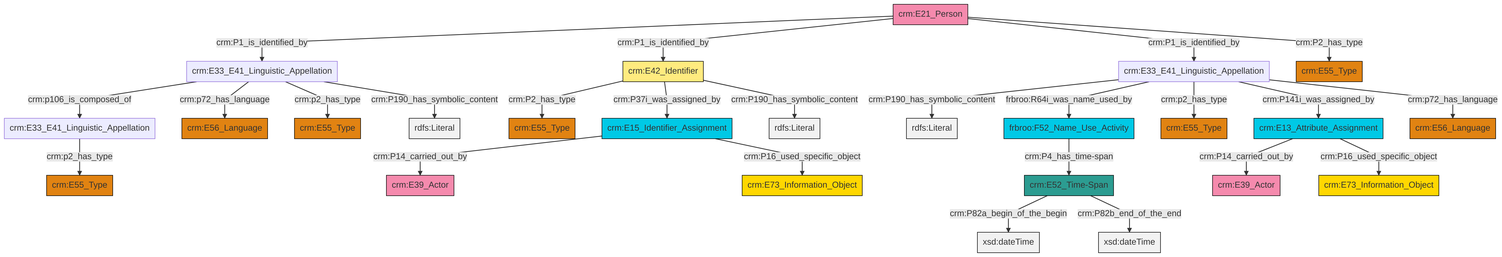
Above: et/personCSV/ttl/mmd/png/Person_Names_and_Classification.png in swiss-art-research-net/reference-data-models (Mermaid), before the change. Its source is kept beside it as et/personCSV/ttl/mmd/Person_Names_and_Classification.ttl.mmd.
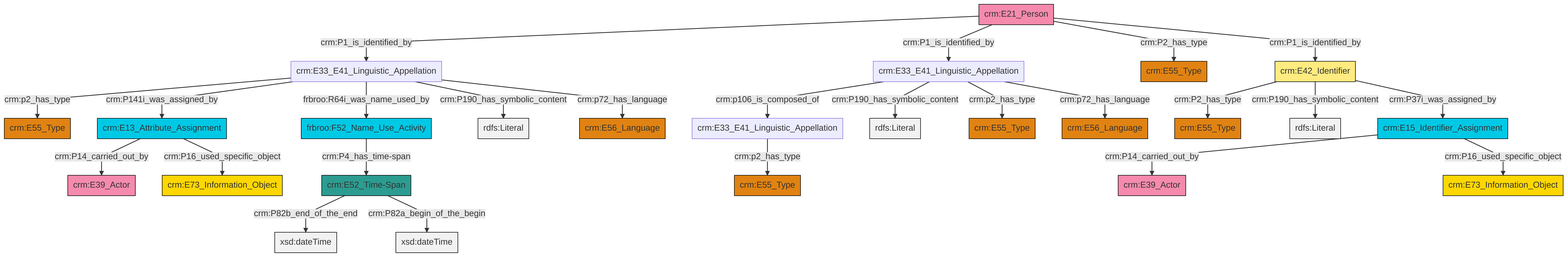
Above is the later version.

Change to the diagram source:
```diff
@@ -13,27 +13,27 @@
 classDef PC_Classes fill:#4ce600, stroke:#000000;
 classDef Multi fill:#cccccc,stroke:#000000;
 
-0["crm:E33_E41_Linguistic_Appellation"]:::Default -->|crm:p106_is_composed_of| 1["crm:E33_E41_Linguistic_Appellation"]:::Default
-0["crm:E33_E41_Linguistic_Appellation"]:::Default -->|crm:p72_has_language| 2["crm:E56_Language"]:::Type
-3["crm:E33_E41_Linguistic_Appellation"]:::Default -->|crm:P190_has_symbolic_content| 4[rdfs:Literal]:::Literal
-3["crm:E33_E41_Linguistic_Appellation"]:::Default -->|frbroo:R64i_was_name_used_by| 7["frbroo:F52_Name_Use_Activity"]:::Temporal_Entity
-8["crm:E15_Identifier_Assignment"]:::Temporal_Entity -->|crm:P14_carried_out_by| 5["crm:E39_Actor"]:::Actor
-11["crm:E42_Identifier"]:::Appellation -->|crm:P2_has_type| 12["crm:E55_Type"]:::Type
-7["frbroo:F52_Name_Use_Activity"]:::Temporal_Entity -->|crm:P4_has_time-span| 13["crm:E52_Time-Span"]:::Time-Span
-13["crm:E52_Time-Span"]:::Time-Span -->|crm:P82a_begin_of_the_begin| 16[xsd:dateTime]:::Literal
-3["crm:E33_E41_Linguistic_Appellation"]:::Default -->|crm:p2_has_type| 17["crm:E55_Type"]:::Type
-19["crm:E21_Person"]:::Actor -->|crm:P1_is_identified_by| 0["crm:E33_E41_Linguistic_Appellation"]:::Default
-0["crm:E33_E41_Linguistic_Appellation"]:::Default -->|crm:p2_has_type| 24["crm:E55_Type"]:::Type
-11["crm:E42_Identifier"]:::Appellation -->|crm:P37i_was_assigned_by| 8["crm:E15_Identifier_Assignment"]:::Temporal_Entity
-19["crm:E21_Person"]:::Actor -->|crm:P1_is_identified_by| 11["crm:E42_Identifier"]:::Appellation
-21["crm:E13_Attribute_Assignment"]:::Temporal_Entity -->|crm:P14_carried_out_by| 34["crm:E39_Actor"]:::Actor
-1["crm:E33_E41_Linguistic_Appellation"]:::Default -->|crm:p2_has_type| 27["crm:E55_Type"]:::Type
-21["crm:E13_Attribute_Assignment"]:::Temporal_Entity -->|crm:P16_used_specific_object| 29["crm:E73_Information_Object"]:::Conceptual_Object
-0["crm:E33_E41_Linguistic_Appellation"]:::Default -->|crm:P190_has_symbolic_content| 38[rdfs:Literal]:::Literal
-13["crm:E52_Time-Span"]:::Time-Span -->|crm:P82b_end_of_the_end| 39[xsd:dateTime]:::Literal
-8["crm:E15_Identifier_Assignment"]:::Temporal_Entity -->|crm:P16_used_specific_object| 36["crm:E73_Information_Object"]:::Conceptual_Object
-3["crm:E33_E41_Linguistic_Appellation"]:::Default -->|crm:P141i_was_assigned_by| 21["crm:E13_Attribute_Assignment"]:::Temporal_Entity
-19["crm:E21_Person"]:::Actor -->|crm:P1_is_identified_by| 3["crm:E33_E41_Linguistic_Appellation"]:::Default
-11["crm:E42_Identifier"]:::Appellation -->|crm:P190_has_symbolic_content| 44[rdfs:Literal]:::Literal
-3["crm:E33_E41_Linguistic_Appellation"]:::Default -->|crm:p72_has_language| 31["crm:E56_Language"]:::Type
-19["crm:E21_Person"]:::Actor -->|crm:P2_has_type| 40["crm:E55_Type"]:::Type
+8["crm:E13_Attribute_Assignment"]:::Temporal_Entity -->|crm:P14_carried_out_by| 9["crm:E39_Actor"]:::Actor
+8["crm:E13_Attribute_Assignment"]:::Temporal_Entity -->|crm:P16_used_specific_object| 10["crm:E73_Information_Object"]:::Conceptual_Object
+11["crm:E33_E41_Linguistic_Appellation"]:::Default -->|crm:p2_has_type| 12["crm:E55_Type"]:::Type
+13["crm:E52_Time-Span"]:::Time-Span -->|crm:P82b_end_of_the_end| 14[xsd:dateTime]:::Literal
+15["crm:E42_Identifier"]:::Appellation -->|crm:P2_has_type| 6["crm:E55_Type"]:::Type
+16["crm:E15_Identifier_Assignment"]:::Temporal_Entity -->|crm:P14_carried_out_by| 17["crm:E39_Actor"]:::Actor
+4["crm:E33_E41_Linguistic_Appellation"]:::Default -->|crm:p106_is_composed_of| 19["crm:E33_E41_Linguistic_Appellation"]:::Default
+13["crm:E52_Time-Span"]:::Time-Span -->|crm:P82a_begin_of_the_begin| 26[xsd:dateTime]:::Literal
+34["crm:E21_Person"]:::Actor -->|crm:P1_is_identified_by| 11["crm:E33_E41_Linguistic_Appellation"]:::Default
+23["frbroo:F52_Name_Use_Activity"]:::Temporal_Entity -->|crm:P4_has_time-span| 13["crm:E52_Time-Span"]:::Time-Span
+34["crm:E21_Person"]:::Actor -->|crm:P1_is_identified_by| 4["crm:E33_E41_Linguistic_Appellation"]:::Default
+11["crm:E33_E41_Linguistic_Appellation"]:::Default -->|crm:P141i_was_assigned_by| 8["crm:E13_Attribute_Assignment"]:::Temporal_Entity
+11["crm:E33_E41_Linguistic_Appellation"]:::Default -->|frbroo:R64i_was_name_used_by| 23["frbroo:F52_Name_Use_Activity"]:::Temporal_Entity
+4["crm:E33_E41_Linguistic_Appellation"]:::Default -->|crm:P190_has_symbolic_content| 38[rdfs:Literal]:::Literal
+15["crm:E42_Identifier"]:::Appellation -->|crm:P190_has_symbolic_content| 42[rdfs:Literal]:::Literal
+11["crm:E33_E41_Linguistic_Appellation"]:::Default -->|crm:P190_has_symbolic_content| 43[rdfs:Literal]:::Literal
+4["crm:E33_E41_Linguistic_Appellation"]:::Default -->|crm:p2_has_type| 0["crm:E55_Type"]:::Type
+11["crm:E33_E41_Linguistic_Appellation"]:::Default -->|crm:p72_has_language| 28["crm:E56_Language"]:::Type
+34["crm:E21_Person"]:::Actor -->|crm:P2_has_type| 39["crm:E55_Type"]:::Type
+15["crm:E42_Identifier"]:::Appellation -->|crm:P37i_was_assigned_by| 16["crm:E15_Identifier_Assignment"]:::Temporal_Entity
+19["crm:E33_E41_Linguistic_Appellation"]:::Default -->|crm:p2_has_type| 20["crm:E55_Type"]:::Type
+34["crm:E21_Person"]:::Actor -->|crm:P1_is_identified_by| 15["crm:E42_Identifier"]:::Appellation
+16["crm:E15_Identifier_Assignment"]:::Temporal_Entity -->|crm:P16_used_specific_object| 32["crm:E73_Information_Object"]:::Conceptual_Object
+4["crm:E33_E41_Linguistic_Appellation"]:::Default -->|crm:p72_has_language| 2["crm:E56_Language"]:::Type
```
